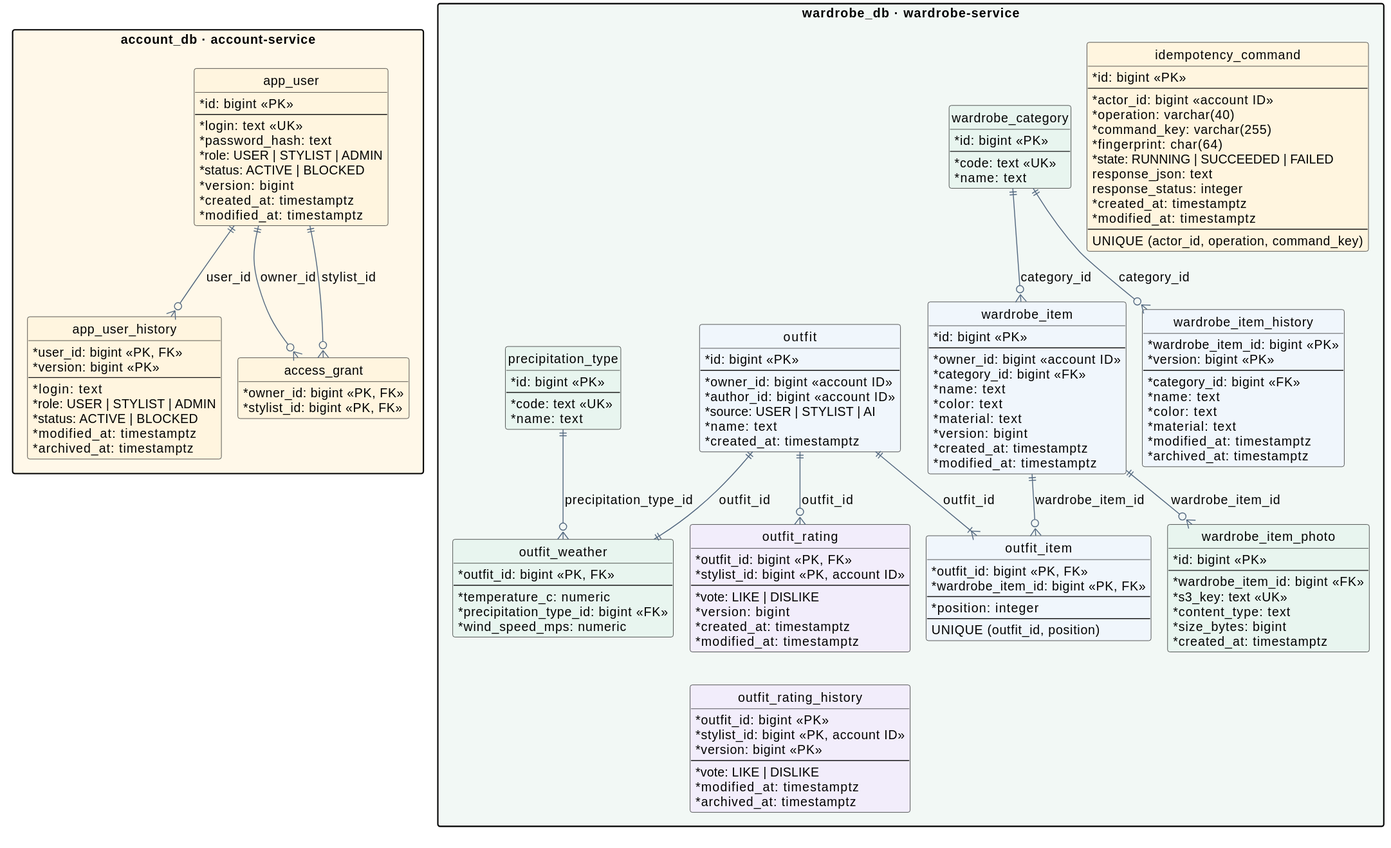
SimeonGor/clothes-advisor keeps this PlantUML diagram as docs/lab2/diagrams/data.svg. Above is the earlier version.
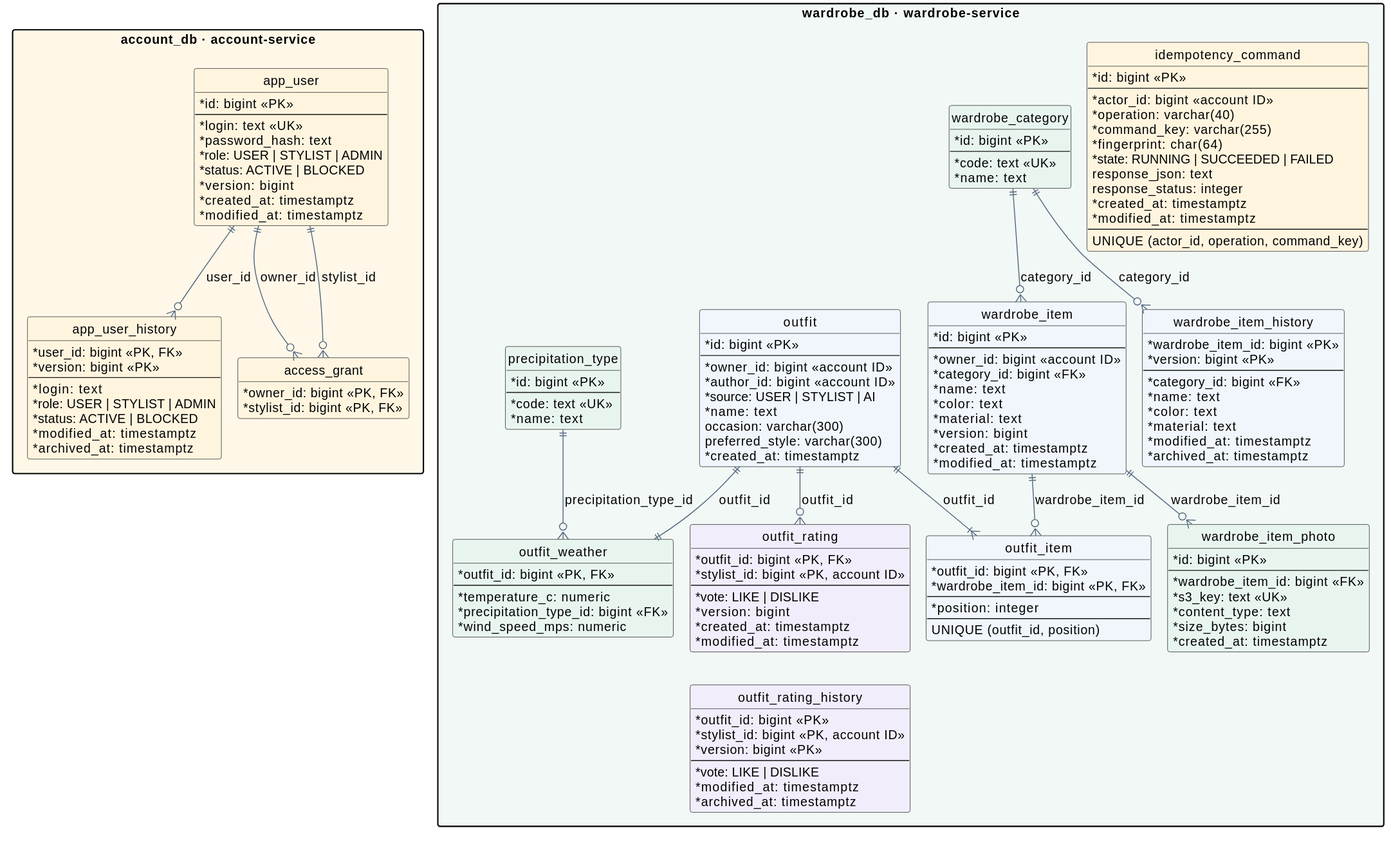
The same file after the commit.

Change to the diagram source:
```diff
@@ -104,6 +104,8 @@
     * author_id: bigint <<account ID>>
     * source: USER | STYLIST | AI
     * name: text
+    occasion: varchar(300)
+    preferred_style: varchar(300)
     * created_at: timestamptz
   }
   entity "outfit_item" as composition #F0F6FC {
```
